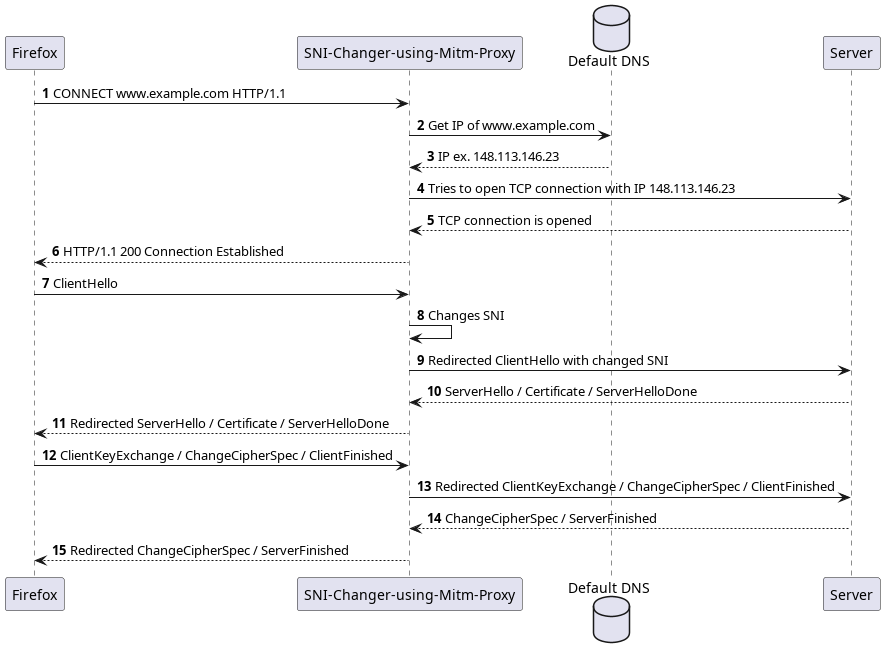
The PlantUML diagram images/sni-changer-using-mitm-proxy.png in vicnetto/SNI-Changer-using-MitM-Proxy, before a commit.
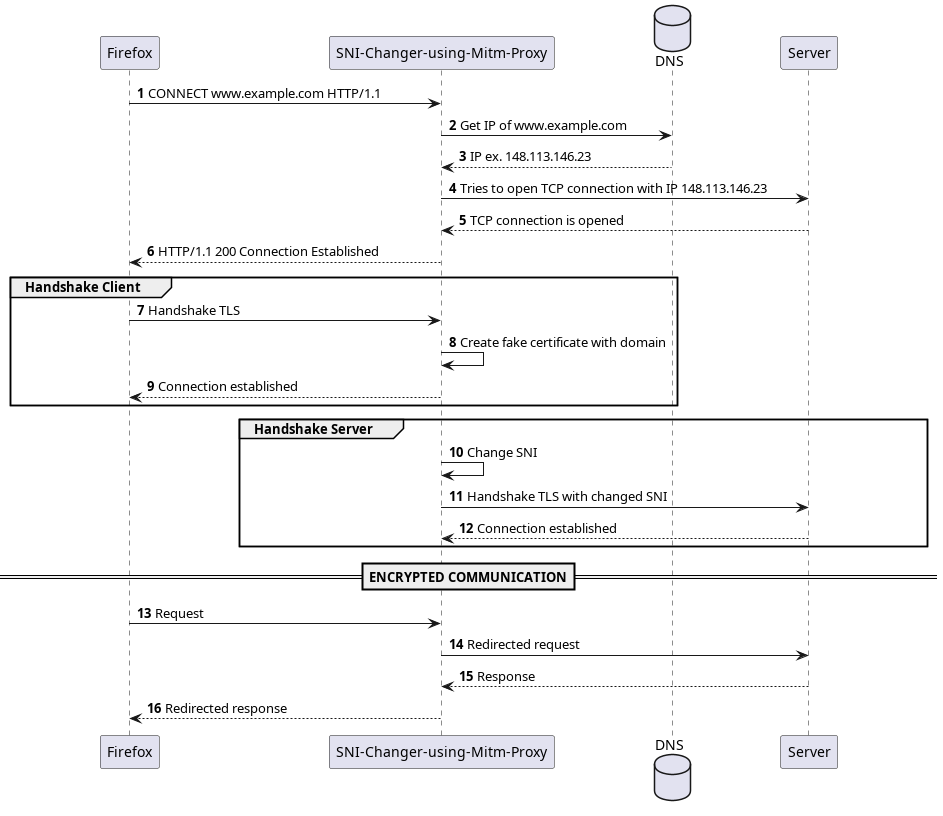
The same diagram one commit later.

Commit message:
chore: changing overview image of README.md

What changed in the source:
```diff
@@ -1,15 +1,17 @@
 @startuml
 
+skinparam ParticipantPadding 10
+skinparam ParticipantPadding 80
 autonumber
 
 participant Firefox
+participant "SNI-Changer-using-Mitm-Proxy"
+database DNS
+
 
 Firefox -> "SNI-Changer-using-Mitm-Proxy": CONNECT www.example.com HTTP/1.1
 
-participant "SNI-Changer-using-Mitm-Proxy"
-database "Default DNS"
-
-"SNI-Changer-using-Mitm-Proxy" -> "Default DNS": Get IP of www.example.com
+"SNI-Changer-using-Mitm-Proxy" -> DNS: Get IP of www.example.com
 return IP ex. 148.113.146.23
 
 "SNI-Changer-using-Mitm-Proxy" -> Server: Tries to open TCP connection with IP 148.113.146.23
@@ -17,22 +19,23 @@
 
 "SNI-Changer-using-Mitm-Proxy" --> Firefox: HTTP/1.1 200 Connection Established
 
-Firefox -> "SNI-Changer-using-Mitm-Proxy": ClientHello
+group Handshake Client
+    Firefox -> "SNI-Changer-using-Mitm-Proxy": Handshake TLS
+    "SNI-Changer-using-Mitm-Proxy" -> "SNI-Changer-using-Mitm-Proxy": Create fake certificate with domain
+    Firefox <-- "SNI-Changer-using-Mitm-Proxy": Connection established
+end
 
-"SNI-Changer-using-Mitm-Proxy" -> "SNI-Changer-using-Mitm-Proxy": Changes SNI
+group Handshake Server
+"SNI-Changer-using-Mitm-Proxy" -> "SNI-Changer-using-Mitm-Proxy": Change SNI
+"SNI-Changer-using-Mitm-Proxy" -> "Server": Handshake TLS with changed SNI
+"SNI-Changer-using-Mitm-Proxy" <-- "Server": Connection established
+end
 
-"SNI-Changer-using-Mitm-Proxy" -> "Server": Redirected ClientHello with changed SNI
+==ENCRYPTED COMMUNICATION==
 
-"Server" --> "SNI-Changer-using-Mitm-Proxy": ServerHello / Certificate / ServerHelloDone
-
-"SNI-Changer-using-Mitm-Proxy" --> "Firefox": Redirected ServerHello / Certificate / ServerHelloDone
-
-"Firefox" -> "SNI-Changer-using-Mitm-Proxy": ClientKeyExchange / ChangeCipherSpec / ClientFinished
-
-"SNI-Changer-using-Mitm-Proxy" -> "Server": Redirected ClientKeyExchange / ChangeCipherSpec / ClientFinished
-
-"Server" --> "SNI-Changer-using-Mitm-Proxy": ChangeCipherSpec / ServerFinished
-
-"SNI-Changer-using-Mitm-Proxy" --> "Firefox": Redirected ChangeCipherSpec / ServerFinished
+Firefox -> "SNI-Changer-using-Mitm-Proxy": Request
+"SNI-Changer-using-Mitm-Proxy" -> "Server": Redirected request
+"SNI-Changer-using-Mitm-Proxy" <-- "Server": Response
+Firefox <-- "SNI-Changer-using-Mitm-Proxy": Redirected response
 
 @enduml
```
